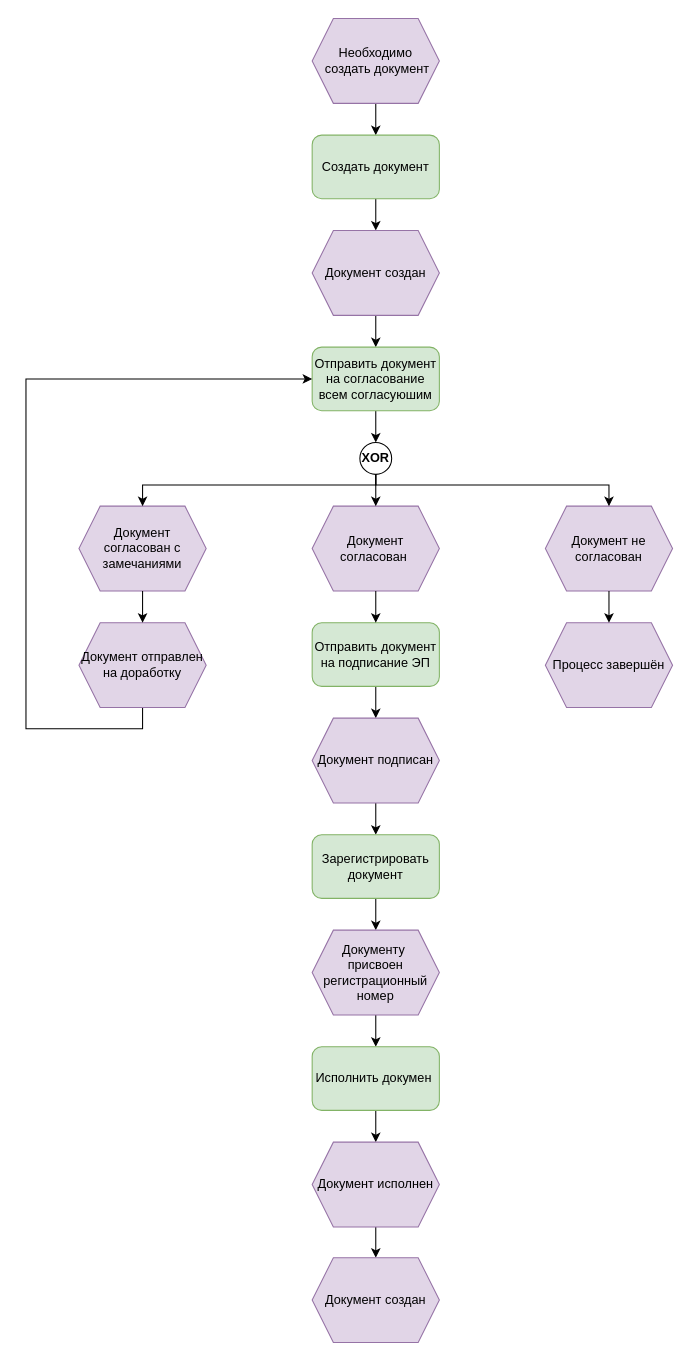
The draw.io diagram научка.drawio in leskkkkkkk/myjob, before the edit. Source tidied: cells renumbered, new cells numbered last; positions are measured from the earlier drawing's top-left corner, leaving out a move shared by most shapes. Both pictures are drawn from the tidied source at 106%, with x=0, y=0 at pixel (25, 18).
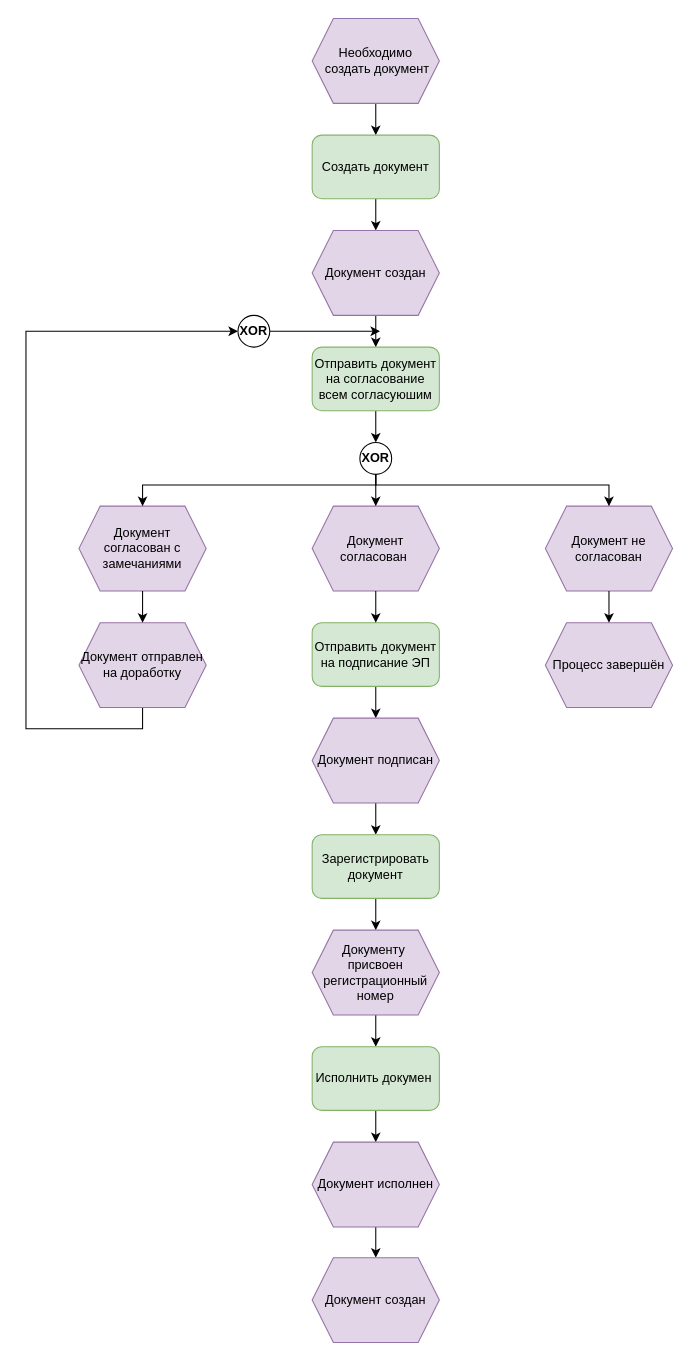
Above is the later version.

Unchanged cells that the change refers to:
```xml
<mxCell id="9" value="Отправить документ на согласование всем согласуюшим" style="rounded=1;whiteSpace=wrap;html=1;fillColor=#d5e8d4;strokeColor=#82b366;" parent="1" vertex="1">
  <mxGeometry x="270" y="310" width="120" height="60" as="geometry" />
</mxCell>
<mxCell id="21" value="Документ отправлен на доработку" style="shape=hexagon;perimeter=hexagonPerimeter2;whiteSpace=wrap;html=1;fixedSize=1;fillColor=#e1d5e7;strokeColor=#9673a6;" parent="1" vertex="1">
  <mxGeometry x="50" y="570" width="120" height="80" as="geometry" />
</mxCell>
```

Change to the diagram source:
```diff
@@
-    <mxCell id="20" style="edgeStyle=orthogonalEdgeStyle;rounded=0;jettySize=auto;html=1;exitX=0.5;exitY=1;exitDx=0;exitDy=0;entryX=0;entryY=0.5;entryDx=0;entryDy=0;" parent="1" edge="1" source="21" target="9">
+    <mxCell id="20" style="edgeStyle=orthogonalEdgeStyle;rounded=0;jettySize=auto;html=1;exitX=0.5;exitY=1;exitDx=0;exitDy=0;entryX=0;entryY=0.5;entryDx=0;entryDy=0;" parent="1" edge="1" source="21" target="38">
       <mxGeometry relative="1" as="geometry">
         <Array as="points">
           <mxPoint x="110" y="670" />
           <mxPoint y="670" />
-          <mxPoint y="340" />
+          <mxPoint y="295" />
         </Array>
       </mxGeometry>
     </mxCell>
@@
+    <mxCell id="37" style="edgeStyle=orthogonalEdgeStyle;rounded=0;jettySize=auto;html=1;" parent="1" edge="1" source="38">
+      <mxGeometry relative="1" as="geometry">
+        <mxPoint x="334" y="295" as="targetPoint" />
+      </mxGeometry>
+    </mxCell>
+    <mxCell id="38" value="&lt;b&gt;XOR&lt;/b&gt;" style="ellipse;whiteSpace=wrap;html=1;" parent="1" vertex="1">
+      <mxGeometry x="200" y="280" width="30" height="30" as="geometry" />
+    </mxCell>
```
